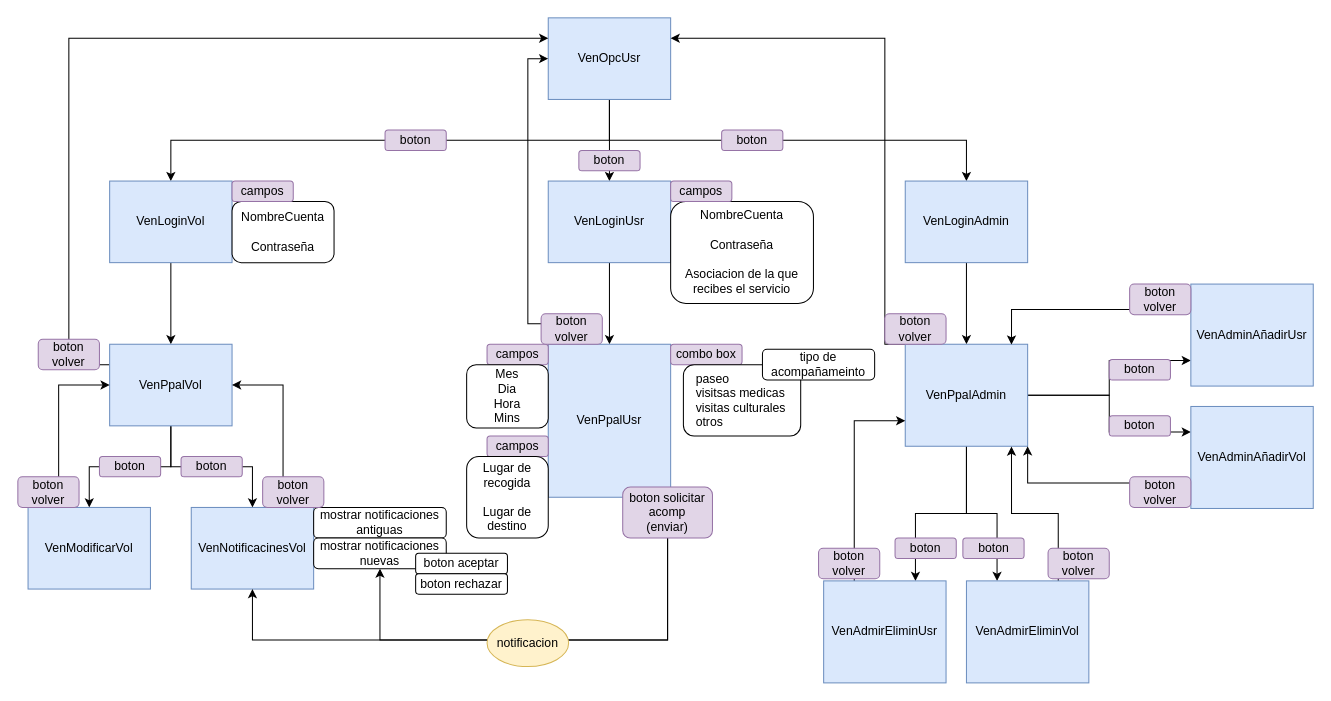
Above: Ventanas.drawio in Millan214/Volunteering-Services (draw.io), before the change. Source tidied: cells renumbered, new cells numbered last; positions are measured from the earlier drawing's top-left corner, leaving out a move shared by most shapes. Both pictures are drawn from the tidied source at 102%, with x=0, y=0 at pixel (17, 17).
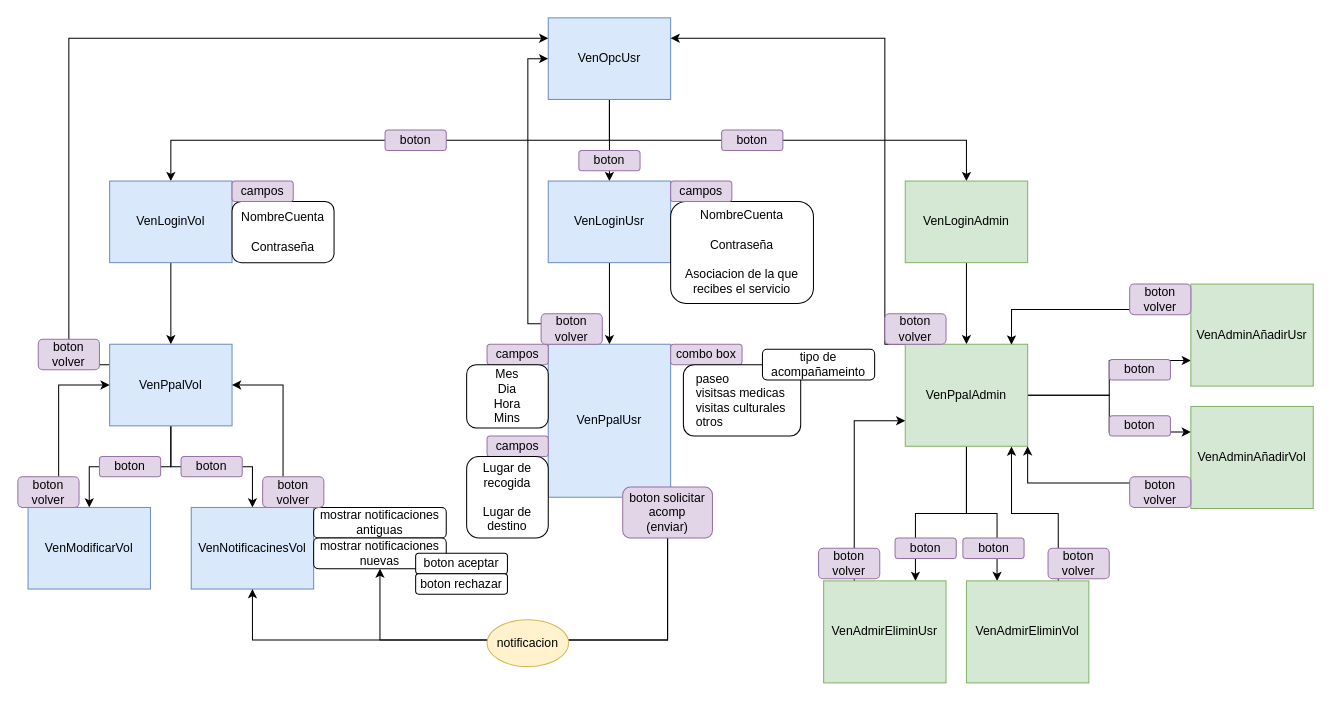
Above is the later version.

Diff of the diagram source:
```diff
@@
-    <mxCell id="7" value="VenLoginAdmin" style="rounded=0;whiteSpace=wrap;html=1;fillColor=#dae8fc;strokeColor=#6c8ebf;" parent="1" vertex="1">
+    <mxCell id="7" value="VenLoginAdmin" style="rounded=0;whiteSpace=wrap;html=1;fillColor=#d5e8d4;strokeColor=#82b366;" parent="1" vertex="1">
       <mxGeometry x="870" y="160" width="120" height="80" as="geometry" />
     </mxCell>
@@
-    <mxCell id="47" value="VenPpalAdmin" style="rounded=0;whiteSpace=wrap;html=1;fillColor=#dae8fc;strokeColor=#6c8ebf;" parent="1" vertex="1">
+    <mxCell id="47" value="VenPpalAdmin" style="rounded=0;whiteSpace=wrap;html=1;fillColor=#d5e8d4;strokeColor=#82b366;" parent="1" vertex="1">
       <mxGeometry x="870" y="320" width="120" height="100" as="geometry" />
     </mxCell>
@@
-    <mxCell id="49" value="VenAdminAñadirUsr" style="rounded=0;whiteSpace=wrap;html=1;fillColor=#dae8fc;strokeColor=#6c8ebf;" parent="1" vertex="1">
+    <mxCell id="49" value="VenAdminAñadirUsr" style="rounded=0;whiteSpace=wrap;html=1;fillColor=#d5e8d4;strokeColor=#82b366;" parent="1" vertex="1">
       <mxGeometry x="1150" y="261" width="120" height="100" as="geometry" />
     </mxCell>
@@
-    <mxCell id="51" value="VenAdminAñadirVol" style="rounded=0;whiteSpace=wrap;html=1;fillColor=#dae8fc;strokeColor=#6c8ebf;" parent="1" vertex="1">
+    <mxCell id="51" value="VenAdminAñadirVol" style="rounded=0;whiteSpace=wrap;html=1;fillColor=#d5e8d4;strokeColor=#82b366;" parent="1" vertex="1">
       <mxGeometry x="1150" y="381" width="120" height="100" as="geometry" />
     </mxCell>
@@
-    <mxCell id="55" value="VenAdmirEliminUsr" style="rounded=0;whiteSpace=wrap;html=1;fillColor=#dae8fc;strokeColor=#6c8ebf;" parent="1" vertex="1">
+    <mxCell id="55" value="VenAdmirEliminUsr" style="rounded=0;whiteSpace=wrap;html=1;fillColor=#d5e8d4;strokeColor=#82b366;" parent="1" vertex="1">
       <mxGeometry x="790" y="552" width="120" height="100" as="geometry" />
     </mxCell>
@@
-    <mxCell id="57" value="VenAdmirEliminVol" style="rounded=0;whiteSpace=wrap;html=1;fillColor=#dae8fc;strokeColor=#6c8ebf;" parent="1" vertex="1">
+    <mxCell id="57" value="VenAdmirEliminVol" style="rounded=0;whiteSpace=wrap;html=1;fillColor=#d5e8d4;strokeColor=#82b366;" parent="1" vertex="1">
       <mxGeometry x="930" y="552" width="120" height="100" as="geometry" />
     </mxCell>
```
